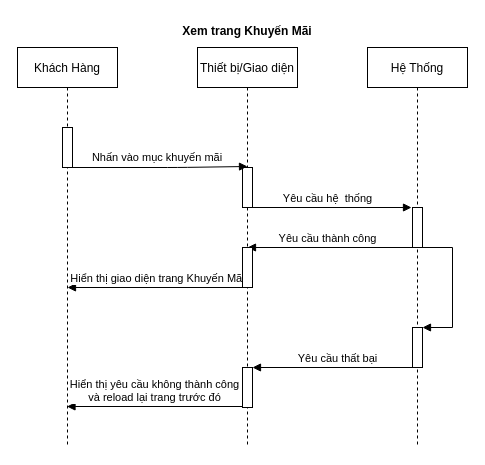
The draw.io diagram Drawio/View_Deal.drawio in LuanMinhNguyen/nhom2thuctapchuyennganh, before the edit. Source tidied: cells renumbered, new cells numbered last; positions are measured from the earlier drawing's top-left corner, leaving out a move shared by most shapes. Both pictures are drawn from the tidied source at 100%, with x=0, y=0 at pixel (17, 17).
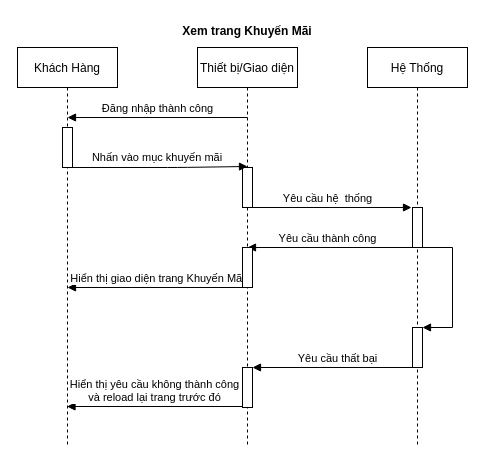
The same page after the edit.

Diff of the diagram source:
```diff
@@
+    <mxCell id="19" value="Đăng nhập thành công" style="html=1;verticalAlign=bottom;endArrow=block;exitX=0.5;exitY=1;exitDx=0;exitDy=0;exitPerimeter=0;" parent="1" edge="1">
+      <mxGeometry relative="1" as="geometry">
+        <mxPoint x="230" y="100" as="sourcePoint" />
+        <mxPoint x="50" y="100" as="targetPoint" />
+      </mxGeometry>
+    </mxCell>
```
